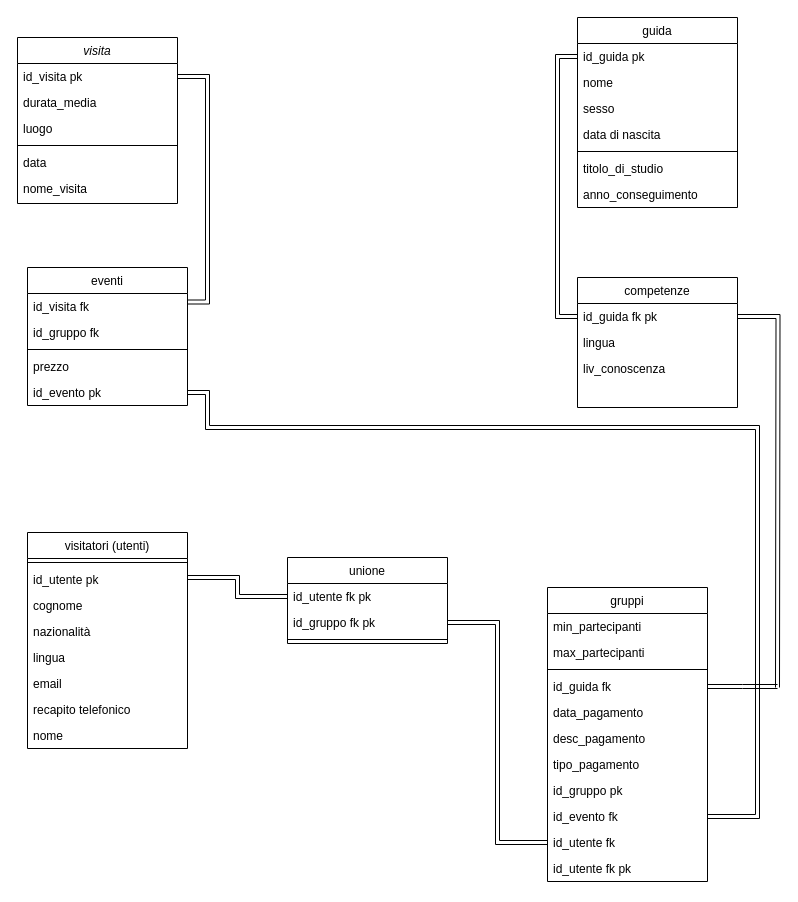
This is tabelle.drawio from nunzilor/societ-turistica, a draw.io file, before an edit. Source tidied: cells renumbered, new cells numbered last; positions are measured from the earlier drawing's top-left corner, leaving out a move shared by most shapes. Both pictures are drawn from the tidied source at 100%, with x=0, y=0 at pixel (17, 17).
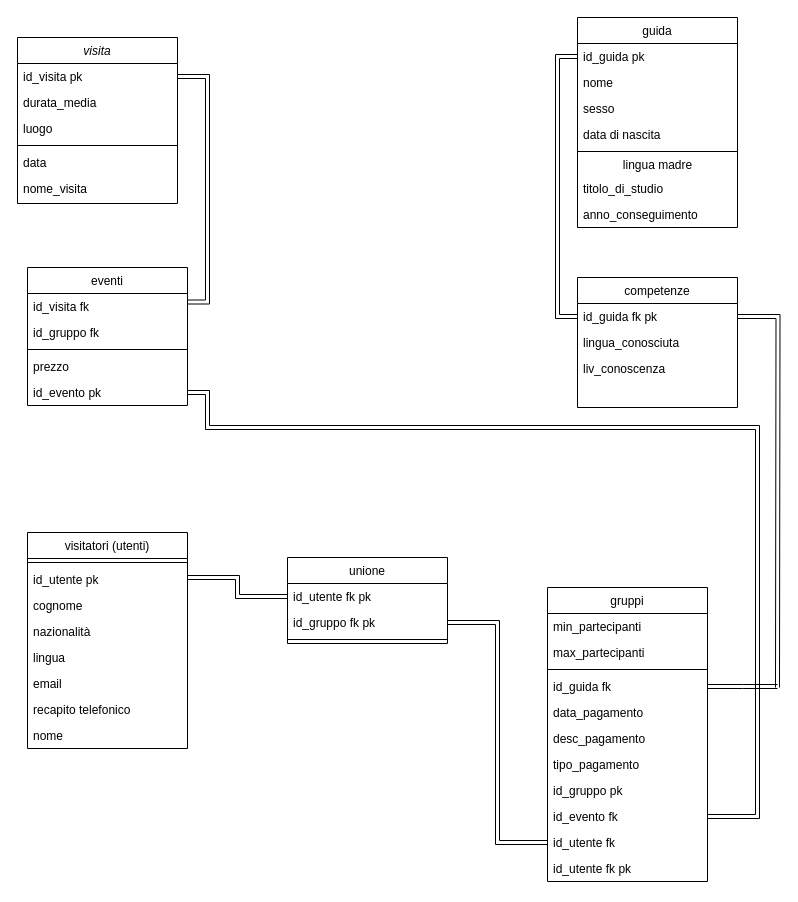
The same diagram, later.

Unchanged cells that the change refers to:
```xml
<mxCell id="15" value="competenze" style="swimlane;fontStyle=0;align=center;verticalAlign=top;horizontal=1;startSize=26;rounded=0;shadow=0;strokeWidth=1;" parent="1" vertex="1">
  <mxGeometry x="560" y="260" width="160" height="130" as="geometry" />
</mxCell>
```

Change to the diagram source:
```diff
@@
-    <mxCell id="17" value="lingua" style="text;align=left;verticalAlign=top;spacingLeft=4;spacingRight=4;overflow=hidden;" parent="15" vertex="1">
+    <mxCell id="17" value="lingua_conosciuta" style="text;align=left;verticalAlign=top;spacingLeft=4;spacingRight=4;overflow=hidden;" parent="15" vertex="1">
       <mxGeometry y="52" width="160" height="26" as="geometry" />
     </mxCell>
@@
     <mxCell id="19" value="guida" style="swimlane;fontStyle=0;align=center;verticalAlign=top;horizontal=1;startSize=26;rounded=0;shadow=0;strokeWidth=1;" parent="1" vertex="1">
-      <mxGeometry x="560" width="160" height="190" as="geometry" />
+      <mxGeometry x="560" width="160" height="210" as="geometry" />
     </mxCell>
@@
+    <mxCell id="59" value="lingua madre" style="text;html=1;align=center;verticalAlign=middle;" parent="19" vertex="1">
+      <mxGeometry y="138" width="160" height="20" as="geometry" />
+    </mxCell>
     <mxCell id="25" value="titolo_di_studio" style="text;align=left;verticalAlign=top;spacingLeft=4;spacingRight=4;overflow=hidden;rounded=0;shadow=0;html=0;" parent="19" vertex="1">
-      <mxGeometry y="138" width="160" height="26" as="geometry" />
+      <mxGeometry y="158" width="160" height="26" as="geometry" />
     </mxCell>
     <mxCell id="26" value="anno_conseguimento" style="text;align=left;verticalAlign=top;spacingLeft=4;spacingRight=4;overflow=hidden;rounded=0;shadow=0;html=0;" parent="19" vertex="1">
-      <mxGeometry y="164" width="160" height="26" as="geometry" />
+      <mxGeometry y="184" width="160" height="26" as="geometry" />
     </mxCell>
```
